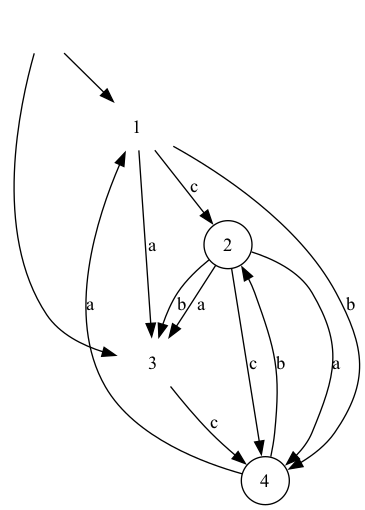
Above: images/nfa_1.gv.png in gg9192/TOC_project (Graphviz), before the change. Its source is kept beside it as images/nfa_1.gv.
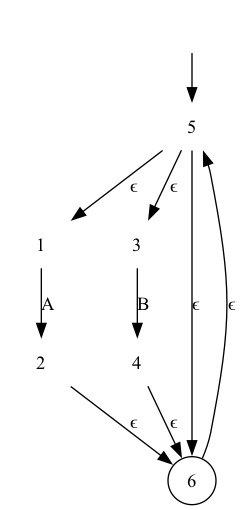
The same file after the commit.

What changed in the source:
```diff
@@ -1,19 +1,18 @@
 digraph nfa {
 	Start [label="" shape=none]
 	1 [label=1 shape=plaintext]
-	2 [label=2 shape=circle]
+	2 [label=2 shape=plaintext]
 	3 [label=3 shape=plaintext]
-	4 [label=4 shape=circle]
-	Start -> 1
-	Start -> 3
-	2 -> 3 [label=a]
-	2 -> 4 [label=a]
-	2 -> 3 [label=b]
-	2 -> 4 [label=c]
-	1 -> 3 [label=a]
-	1 -> 4 [label=b]
-	1 -> 2 [label=c]
-	4 -> 1 [label=a]
-	4 -> 2 [label=b]
-	3 -> 4 [label=c]
+	4 [label=4 shape=plaintext]
+	5 [label=5 shape=plaintext]
+	6 [label=6 shape=circle]
+	Start -> 5
+	1 -> 2 [label=A]
+	3 -> 4 [label=B]
+	5 -> 1 [label="ϵ"]
+	5 -> 3 [label="ϵ"]
+	5 -> 6 [label="ϵ"]
+	2 -> 6 [label="ϵ"]
+	4 -> 6 [label="ϵ"]
+	6 -> 5 [label="ϵ"]
 }
```
